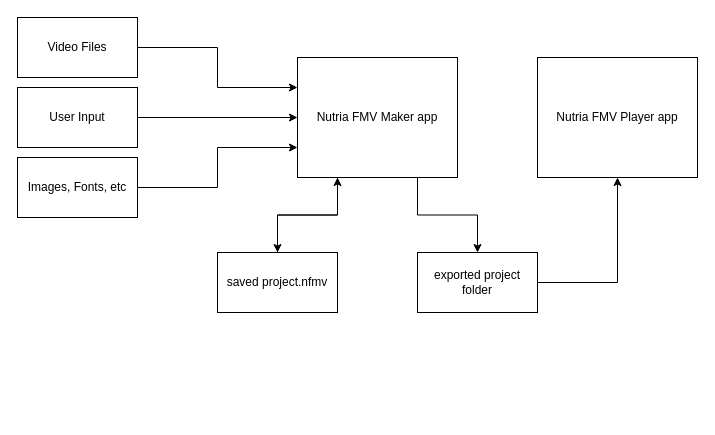
Before: page "Project I/O Diagram" (1 of 6) of Nutria FMV.drawio in k-pasta/Nutria_FMV_Maker, a draw.io diagram. Source tidied: cells renumbered, new cells numbered last; positions are measured from the earlier drawing's top-left corner, leaving out a move shared by most shapes. Both pictures are drawn from the tidied source at 100%, with x=0, y=0 at pixel (17, 17).
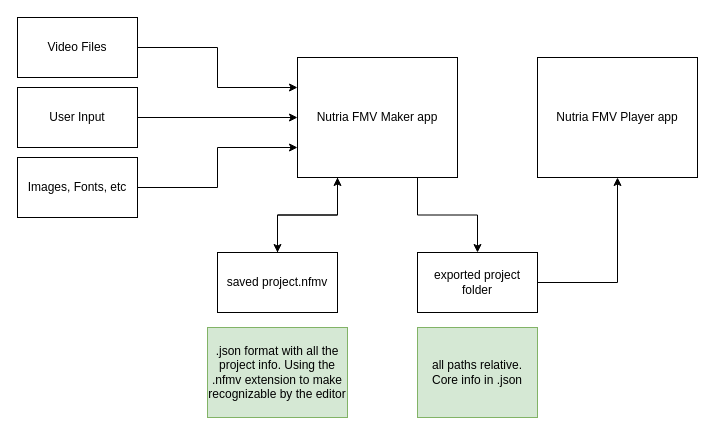
After the change.

Diff of the diagram source:
```diff
@@
 <mxGraphModel>
   <root>
     <mxCell id="0" />
     <mxCell id="1" parent="0" />
     <mxCell id="2" style="edgeStyle=orthogonalEdgeStyle;rounded=0;jettySize=auto;html=1;entryX=0.5;entryY=0;entryDx=0;entryDy=0;exitX=0.25;exitY=1;exitDx=0;exitDy=0;" parent="1" edge="1" source="4" target="6">
       <mxGeometry relative="1" as="geometry" />
     </mxCell>
     <mxCell id="3" style="edgeStyle=orthogonalEdgeStyle;rounded=0;jettySize=auto;html=1;exitX=0.75;exitY=1;exitDx=0;exitDy=0;entryX=0.5;entryY=0;entryDx=0;entryDy=0;" parent="1" edge="1" source="4" target="15">
       <mxGeometry relative="1" as="geometry" />
     </mxCell>
     <mxCell id="4" value="Nutria FMV Maker app" style="rounded=0;whiteSpace=wrap;html=1;" parent="1" vertex="1">
       <mxGeometry x="280" y="40" width="160" height="120" as="geometry" />
     </mxCell>
     <mxCell id="5" style="edgeStyle=orthogonalEdgeStyle;rounded=0;jettySize=auto;html=1;entryX=0.25;entryY=1;entryDx=0;entryDy=0;" parent="1" edge="1" source="6" target="4">
       <mxGeometry relative="1" as="geometry" />
     </mxCell>
     <mxCell id="6" value="saved project.nfmv" style="rounded=0;whiteSpace=wrap;html=1;" parent="1" vertex="1">
       <mxGeometry x="200" y="235" width="120" height="60" as="geometry" />
     </mxCell>
     <mxCell id="7" style="edgeStyle=orthogonalEdgeStyle;rounded=0;jettySize=auto;html=1;entryX=0;entryY=0.75;entryDx=0;entryDy=0;" parent="1" edge="1" source="8" target="4">
       <mxGeometry relative="1" as="geometry" />
     </mxCell>
     <mxCell id="8" value="Images, Fonts, etc" style="rounded=0;whiteSpace=wrap;html=1;" parent="1" vertex="1">
       <mxGeometry y="140" width="120" height="60" as="geometry" />
     </mxCell>
     <mxCell id="9" value="Nutria FMV Player app" style="rounded=0;whiteSpace=wrap;html=1;" parent="1" vertex="1">
       <mxGeometry x="520" y="40" width="160" height="120" as="geometry" />
     </mxCell>
     <mxCell id="10" style="edgeStyle=orthogonalEdgeStyle;rounded=0;jettySize=auto;html=1;entryX=0;entryY=0.25;entryDx=0;entryDy=0;" parent="1" edge="1" source="11" target="4">
       <mxGeometry relative="1" as="geometry" />
     </mxCell>
     <mxCell id="11" value="Video Files" style="rounded=0;whiteSpace=wrap;html=1;" parent="1" vertex="1">
       <mxGeometry width="120" height="60" as="geometry" />
     </mxCell>
     <mxCell id="12" style="edgeStyle=orthogonalEdgeStyle;rounded=0;jettySize=auto;html=1;entryX=0;entryY=0.5;entryDx=0;entryDy=0;" parent="1" edge="1" source="13" target="4">
       <mxGeometry relative="1" as="geometry" />
     </mxCell>
     <mxCell id="13" value="User Input" style="rounded=0;whiteSpace=wrap;html=1;" parent="1" vertex="1">
       <mxGeometry y="70" width="120" height="60" as="geometry" />
     </mxCell>
     <mxCell id="14" style="edgeStyle=orthogonalEdgeStyle;rounded=0;jettySize=auto;html=1;entryX=0.5;entryY=1;entryDx=0;entryDy=0;exitX=1;exitY=0.5;exitDx=0;exitDy=0;" parent="1" edge="1" source="15" target="9">
       <mxGeometry relative="1" as="geometry" />
     </mxCell>
     <mxCell id="15" value="exported project folder" style="rounded=0;whiteSpace=wrap;html=1;" parent="1" vertex="1">
       <mxGeometry x="400" y="235" width="120" height="60" as="geometry" />
     </mxCell>
+    <mxCell id="16" value=".json format with all the project info. Using the .nfmv extension to make recognizable by the editor" style="text;html=1;align=center;verticalAlign=middle;whiteSpace=wrap;rounded=0;strokeColor=#82b366;fillColor=#d5e8d4;" parent="1" vertex="1">
+      <mxGeometry x="190" y="310" width="140" height="90" as="geometry" />
+    </mxCell>
+    <mxCell id="17" value="all paths relative. Core info in .json" style="text;html=1;align=center;verticalAlign=middle;whiteSpace=wrap;rounded=0;strokeColor=#82b366;fillColor=#d5e8d4;" parent="1" vertex="1">
+      <mxGeometry x="400" y="310" width="120" height="90" as="geometry" />
+    </mxCell>
   </root>
 </mxGraphModel>
```
